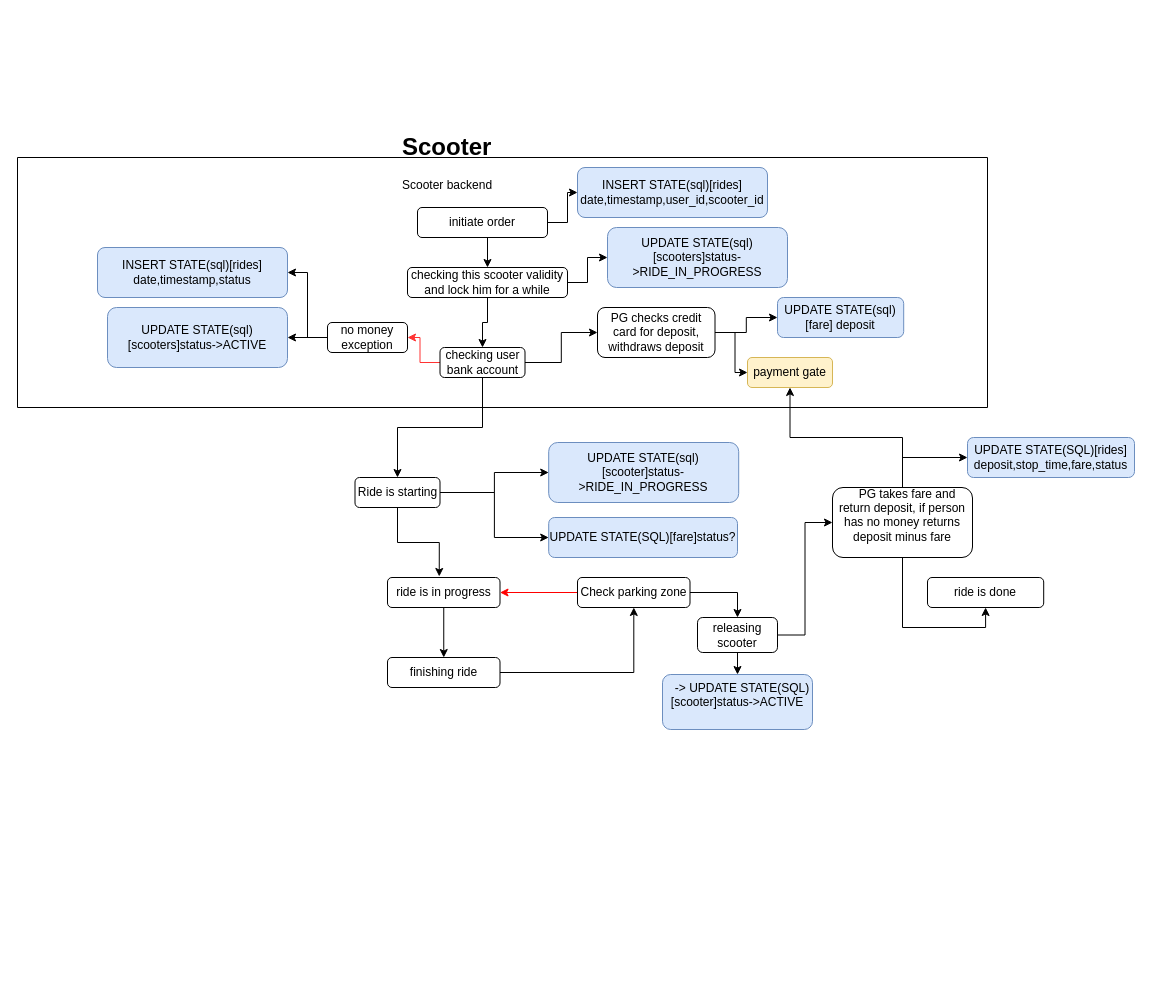
integer00/diagrams keeps this draw.io diagram as e-scooter[flows].drawio. Above is the earlier version. Source tidied: cells renumbered, new cells numbered last; positions are measured from the earlier drawing's top-left corner, leaving out a move shared by most shapes. Both pictures are drawn from the tidied source at 100%, with x=0, y=0 at pixel (17, 127).
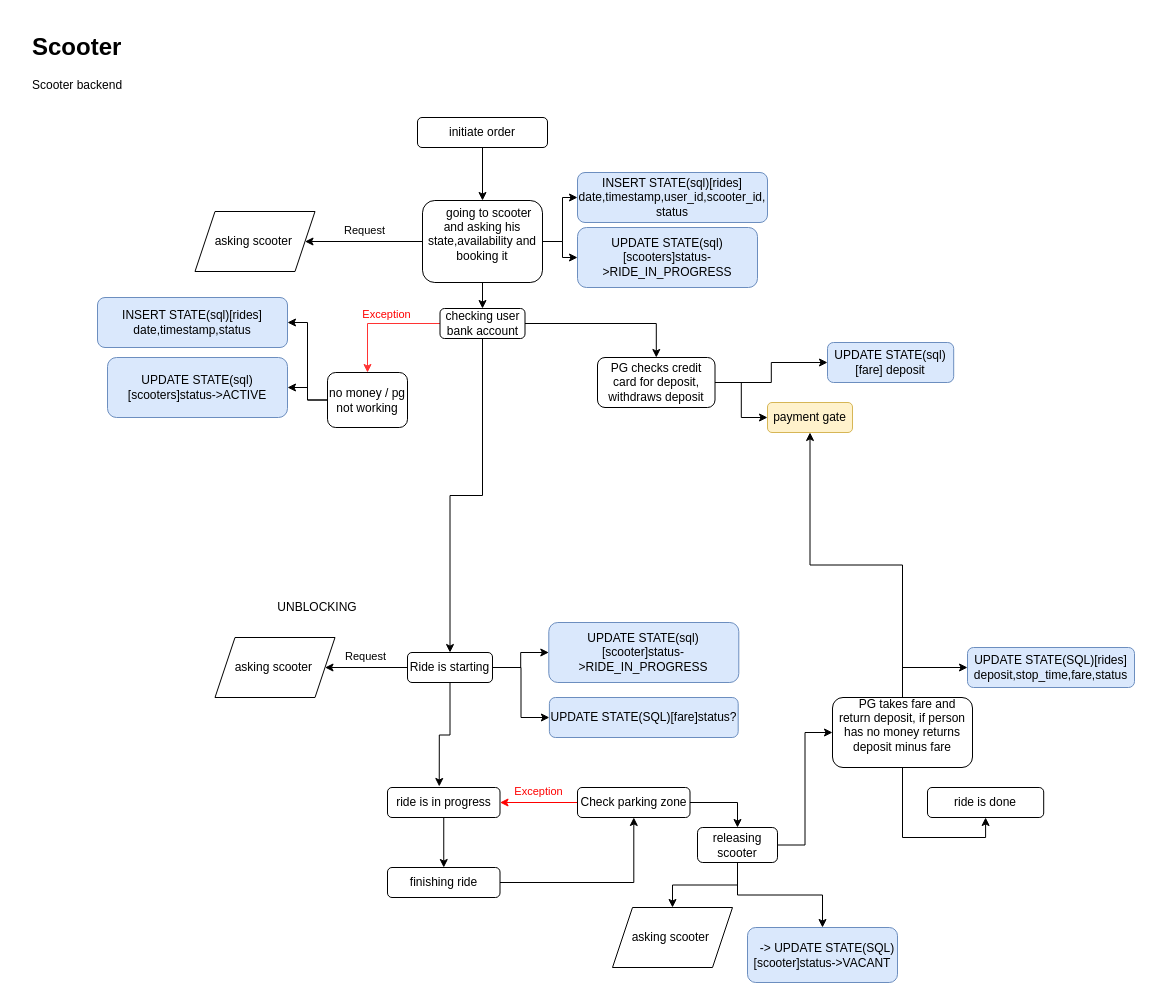
After the change.

The change refers to these unchanged cells:
```xml
<mxCell id="11" style="edgeStyle=orthogonalEdgeStyle;rounded=0;jettySize=auto;html=1;strokeColor=#FF3333;" parent="1" edge="1" source="12" target="45">
  <mxGeometry relative="1" as="geometry" />
</mxCell>
```

What changed in the source:
```diff
@@
     <mxCell id="2" value="&lt;h1&gt;Scooter&lt;/h1&gt;&lt;p&gt;Scooter backend&lt;/p&gt;" style="text;html=1;strokeColor=none;fillColor=none;spacing=5;spacingTop=-20;whiteSpace=wrap;overflow=hidden;rounded=0;" parent="1" vertex="1">
-      <mxGeometry x="380" width="160" height="70" as="geometry" />
+      <mxGeometry x="10" y="-100" width="160" height="70" as="geometry" />
     </mxCell>
-    <mxCell id="3" style="edgeStyle=orthogonalEdgeStyle;rounded=0;jettySize=auto;html=1;exitX=0.5;exitY=1;exitDx=0;exitDy=0;entryX=0.5;entryY=0;entryDx=0;entryDy=0;" parent="1" edge="1" source="5" target="8">
-      <mxGeometry relative="1" as="geometry" />
-    </mxCell>
-    <mxCell id="4" style="edgeStyle=orthogonalEdgeStyle;rounded=0;jettySize=auto;html=1;entryX=0;entryY=0.5;entryDx=0;entryDy=0;" parent="1" edge="1" source="5" target="24">
-      <mxGeometry relative="1" as="geometry" />
-    </mxCell>
+    <mxCell id="49" style="edgeStyle=orthogonalEdgeStyle;rounded=0;jettySize=auto;html=1;" parent="1" edge="1" source="5" target="59">
+      <mxGeometry relative="1" as="geometry" />
+    </mxCell>
     <mxCell id="5" value="initiate order" style="rounded=1;whiteSpace=wrap;html=1;" parent="1" vertex="1">
-      <mxGeometry x="400" y="80" width="130" height="30" as="geometry" />
+      <mxGeometry x="400" y="-10" width="130" height="30" as="geometry" />
     </mxCell>
-    <mxCell id="6" style="edgeStyle=orthogonalEdgeStyle;rounded=0;jettySize=auto;html=1;" parent="1" edge="1" source="8" target="12">
-      <mxGeometry relative="1" as="geometry" />
-    </mxCell>
-    <mxCell id="7" style="edgeStyle=orthogonalEdgeStyle;rounded=0;jettySize=auto;html=1;" parent="1" edge="1" source="8" target="25">
-      <mxGeometry relative="1" as="geometry" />
-    </mxCell>
-    <mxCell id="8" value="checking this scooter validity and lock him for a while" style="rounded=1;whiteSpace=wrap;html=1;" parent="1" vertex="1">
-      <mxGeometry x="390" y="140" width="160" height="30" as="geometry" />
-    </mxCell>
@@
+    <mxCell id="50" value="Exception" style="edgeLabel;html=1;align=center;verticalAlign=middle;fontColor=#FF0000;" parent="11" vertex="1">
+      <mxGeometry x="-0.11" y="2" relative="1" as="geometry">
+        <mxPoint y="-12" as="offset" />
+      </mxGeometry>
+    </mxCell>
     <mxCell id="12" value="checking user bank account" style="rounded=1;whiteSpace=wrap;html=1;" parent="1" vertex="1">
-      <mxGeometry x="422.5" y="220" width="85" height="30" as="geometry" />
+      <mxGeometry x="422.5" y="181" width="85" height="30" as="geometry" />
     </mxCell>
-    <mxCell id="13" value="payment gate" style="rounded=1;whiteSpace=wrap;html=1;fillColor=#fff2cc;strokeColor=#d6b656;" parent="1" vertex="1">
-      <mxGeometry x="730" y="230" width="85" height="30" as="geometry" />
-    </mxCell>
@@
     <mxCell id="15" value="ride is in progress" style="rounded=1;whiteSpace=wrap;html=1;" parent="1" vertex="1">
-      <mxGeometry x="370" y="450" width="112.5" height="30" as="geometry" />
+      <mxGeometry x="370" y="660" width="112.5" height="30" as="geometry" />
     </mxCell>
@@
     <mxCell id="17" value="finishing ride" style="rounded=1;whiteSpace=wrap;html=1;" parent="1" vertex="1">
-      <mxGeometry x="370" y="530" width="112.5" height="30" as="geometry" />
+      <mxGeometry x="370" y="740" width="112.5" height="30" as="geometry" />
     </mxCell>
     <mxCell id="18" value="ride is done" style="rounded=1;whiteSpace=wrap;html=1;" parent="1" vertex="1">
-      <mxGeometry x="910" y="450" width="116.2" height="30" as="geometry" />
+      <mxGeometry x="910" y="660" width="116.2" height="30" as="geometry" />
     </mxCell>
@@
     <mxCell id="22" value="&lt;div&gt;&amp;nbsp; &amp;nbsp;PG takes fare and return deposit, if person has no money returns deposit minus fare&lt;/div&gt;&lt;div&gt;&lt;br&gt;&lt;/div&gt;" style="rounded=1;whiteSpace=wrap;html=1;" parent="1" vertex="1">
-      <mxGeometry x="815" y="360" width="140" height="70" as="geometry" />
+      <mxGeometry x="815" y="570" width="140" height="70" as="geometry" />
     </mxCell>
-    <mxCell id="23" value="UPDATE STATE(sql)[fare] deposit" style="rounded=1;whiteSpace=wrap;html=1;fillColor=#dae8fc;strokeColor=#6c8ebf;" parent="1" vertex="1">
-      <mxGeometry x="760" y="170" width="126.2" height="40" as="geometry" />
-    </mxCell>
-    <mxCell id="24" value="INSERT STATE(sql)[rides] date,timestamp,user_id,scooter_id" style="rounded=1;whiteSpace=wrap;html=1;fillColor=#dae8fc;strokeColor=#6c8ebf;" parent="1" vertex="1">
-      <mxGeometry x="560" y="40" width="190" height="50" as="geometry" />
-    </mxCell>
     <mxCell id="25" value="UPDATE STATE(sql)[scooters]status-&amp;gt;RIDE_IN_PROGRESS&lt;br&gt;" style="rounded=1;whiteSpace=wrap;html=1;fillColor=#dae8fc;strokeColor=#6c8ebf;" parent="1" vertex="1">
-      <mxGeometry x="590" y="100" width="180" height="60" as="geometry" />
+      <mxGeometry x="560" y="100" width="180" height="60" as="geometry" />
     </mxCell>
@@
     <mxCell id="28" value="PG checks credit card for deposit, withdraws deposit" style="rounded=1;whiteSpace=wrap;html=1;" parent="1" vertex="1">
-      <mxGeometry x="580" y="180" width="117.5" height="50" as="geometry" />
+      <mxGeometry x="580" y="230" width="117.5" height="50" as="geometry" />
     </mxCell>
-    <mxCell id="29" style="edgeStyle=orthogonalEdgeStyle;rounded=0;jettySize=auto;html=1;entryX=0;entryY=0.5;entryDx=0;entryDy=0;" parent="1" edge="1" source="32" target="33">
-      <mxGeometry relative="1" as="geometry" />
-    </mxCell>
@@
+    <mxCell id="29" style="edgeStyle=orthogonalEdgeStyle;rounded=0;jettySize=auto;html=1;entryX=0;entryY=0.5;entryDx=0;entryDy=0;" parent="1" edge="1" source="32" target="33">
+      <mxGeometry relative="1" as="geometry" />
+    </mxCell>
+    <mxCell id="51" style="edgeStyle=orthogonalEdgeStyle;rounded=0;jettySize=auto;html=1;" parent="1" edge="1" source="32" target="61">
+      <mxGeometry relative="1" as="geometry" />
+    </mxCell>
+    <mxCell id="52" value="Request" style="edgeLabel;html=1;align=center;verticalAlign=middle;" parent="51" vertex="1">
+      <mxGeometry x="0.04" y="-2" relative="1" as="geometry">
+        <mxPoint y="-10" as="offset" />
+      </mxGeometry>
+    </mxCell>
     <mxCell id="32" value="Ride is starting" style="rounded=1;whiteSpace=wrap;html=1;" parent="1" vertex="1">
-      <mxGeometry x="337.5" y="350" width="85" height="30" as="geometry" />
+      <mxGeometry x="390" y="525" width="85" height="30" as="geometry" />
     </mxCell>
     <mxCell id="33" value="UPDATE STATE(sql)[scooter]status-&gt;RIDE_IN_PROGRESS" style="rounded=1;whiteSpace=wrap;html=1;fillColor=#dae8fc;strokeColor=#6c8ebf;" parent="1" vertex="1">
-      <mxGeometry x="531.2" y="315" width="190" height="60" as="geometry" />
+      <mxGeometry x="531.3" y="495" width="190" height="60" as="geometry" />
     </mxCell>
     <mxCell id="34" value="UPDATE STATE(SQL)[fare]status?" style="rounded=1;whiteSpace=wrap;html=1;fillColor=#dae8fc;strokeColor=#6c8ebf;" parent="1" vertex="1">
-      <mxGeometry x="531.2" y="390" width="188.8" height="40" as="geometry" />
+      <mxGeometry x="531.9" y="570" width="188.8" height="40" as="geometry" />
     </mxCell>
-    <mxCell id="35" value="&lt;div&gt;&lt;div&gt;&amp;nbsp; &amp;nbsp;-&amp;gt; UPDATE STATE(SQL)[scooter]status-&amp;gt;ACTIVE&lt;/div&gt;&lt;/div&gt;&lt;div&gt;&lt;br&gt;&lt;/div&gt;" style="rounded=1;whiteSpace=wrap;html=1;fillColor=#dae8fc;strokeColor=#6c8ebf;" parent="1" vertex="1">
-      <mxGeometry x="645" y="547" width="150" height="55" as="geometry" />
+    <mxCell id="35" value="&lt;div&gt;&lt;div&gt;&amp;nbsp; &amp;nbsp;-&amp;gt; UPDATE STATE(SQL)[scooter]status-&amp;gt;VACANT&lt;/div&gt;&lt;/div&gt;" style="rounded=1;whiteSpace=wrap;html=1;fillColor=#dae8fc;strokeColor=#6c8ebf;" parent="1" vertex="1">
+      <mxGeometry x="730" y="800" width="150" height="55" as="geometry" />
     </mxCell>
-    <mxCell id="36" style="edgeStyle=orthogonalEdgeStyle;rounded=0;jettySize=auto;html=1;entryX=1;entryY=0.5;entryDx=0;entryDy=0;strokeColor=#FF0000;" parent="1" edge="1" source="38" target="15">
+    <mxCell id="36" value="&lt;font color=&quot;#ff0000&quot;&gt;Exception&lt;/font&gt;" style="edgeStyle=orthogonalEdgeStyle;rounded=0;jettySize=auto;html=1;entryX=1;entryY=0.5;entryDx=0;entryDy=0;strokeColor=#FF0000;spacing=0;spacingRight=0;spacingTop=-22;" parent="1" edge="1" source="38" target="15">
       <mxGeometry relative="1" as="geometry" />
     </mxCell>
@@
     <mxCell id="38" value="Check parking zone" style="rounded=1;whiteSpace=wrap;html=1;" parent="1" vertex="1">
-      <mxGeometry x="560" y="450" width="112.5" height="30" as="geometry" />
+      <mxGeometry x="560" y="660" width="112.5" height="30" as="geometry" />
     </mxCell>
@@
+    <mxCell id="53" style="edgeStyle=orthogonalEdgeStyle;rounded=0;jettySize=auto;html=1;" parent="1" edge="1" source="41" target="63">
+      <mxGeometry relative="1" as="geometry" />
+    </mxCell>
-    <mxCell id="40" style="edgeStyle=orthogonalEdgeStyle;rounded=0;jettySize=auto;html=1;entryX=0.5;entryY=0;entryDx=0;entryDy=0;" parent="1" edge="1" source="41" target="35">
+    <mxCell id="40" style="edgeStyle=orthogonalEdgeStyle;rounded=0;jettySize=auto;html=1;" parent="1" edge="1" source="41" target="35">
       <mxGeometry relative="1" as="geometry" />
     </mxCell>
     <mxCell id="41" value="releasing scooter" style="rounded=1;whiteSpace=wrap;html=1;" parent="1" vertex="1">
-      <mxGeometry x="680" y="490" width="80" height="35" as="geometry" />
+      <mxGeometry x="680" y="700" width="80" height="35" as="geometry" />
     </mxCell>
     <mxCell id="42" value="UPDATE STATE(SQL)[rides] deposit,stop_time,fare,status" style="rounded=1;whiteSpace=wrap;html=1;fillColor=#dae8fc;strokeColor=#6c8ebf;" parent="1" vertex="1">
-      <mxGeometry x="950" y="310" width="167" height="40" as="geometry" />
+      <mxGeometry x="950" y="520" width="167" height="40" as="geometry" />
     </mxCell>
@@
-    <mxCell id="45" value="no money exception" style="rounded=1;whiteSpace=wrap;html=1;" parent="1" vertex="1">
-      <mxGeometry x="310" y="195" width="80" height="30" as="geometry" />
+    <mxCell id="45" value="no money / pg not working" style="rounded=1;whiteSpace=wrap;html=1;" parent="1" vertex="1">
+      <mxGeometry x="310" y="245" width="80" height="55" as="geometry" />
     </mxCell>
     <mxCell id="46" value="INSERT STATE(sql)[rides] date,timestamp,status" style="rounded=1;whiteSpace=wrap;html=1;fillColor=#dae8fc;strokeColor=#6c8ebf;" parent="1" vertex="1">
-      <mxGeometry x="80" y="120" width="190" height="50" as="geometry" />
+      <mxGeometry x="80" y="170" width="190" height="50" as="geometry" />
     </mxCell>
     <mxCell id="47" value="UPDATE STATE(sql)[scooters]status-&amp;gt;ACTIVE" style="rounded=1;whiteSpace=wrap;html=1;fillColor=#dae8fc;strokeColor=#6c8ebf;" parent="1" vertex="1">
-      <mxGeometry x="90" y="180" width="180" height="60" as="geometry" />
+      <mxGeometry x="90" y="230" width="180" height="60" as="geometry" />
     </mxCell>
-    <mxCell id="48" style="swimlane;startSize=0;" parent="1" vertex="1">
-      <mxGeometry y="30" width="970" height="250" as="geometry" />
-    </mxCell>
+    <mxCell id="24" value="INSERT STATE(sql)[rides] date,timestamp,user_id,scooter_id, status" style="rounded=1;whiteSpace=wrap;html=1;fillColor=#dae8fc;strokeColor=#6c8ebf;" parent="1" vertex="1">
+      <mxGeometry x="560" y="45" width="190" height="50" as="geometry" />
+    </mxCell>
+    <mxCell id="13" value="payment gate" style="rounded=1;whiteSpace=wrap;html=1;fillColor=#fff2cc;strokeColor=#d6b656;" parent="1" vertex="1">
+      <mxGeometry x="750" y="275" width="85" height="30" as="geometry" />
+    </mxCell>
+    <mxCell id="23" value="UPDATE STATE(sql)[fare] deposit" style="rounded=1;whiteSpace=wrap;html=1;fillColor=#dae8fc;strokeColor=#6c8ebf;" parent="1" vertex="1">
+      <mxGeometry x="810" y="215" width="126.2" height="40" as="geometry" />
+    </mxCell>
+    <mxCell id="54" style="edgeStyle=orthogonalEdgeStyle;rounded=0;jettySize=auto;html=1;" parent="1" edge="1" source="59" target="24">
+      <mxGeometry relative="1" as="geometry" />
+    </mxCell>
+    <mxCell id="55" style="edgeStyle=orthogonalEdgeStyle;rounded=0;jettySize=auto;html=1;" parent="1" edge="1" source="59" target="60">
+      <mxGeometry relative="1" as="geometry" />
+    </mxCell>
+    <mxCell id="56" value="Request" style="edgeLabel;html=1;align=center;verticalAlign=middle;" parent="55" vertex="1">
+      <mxGeometry relative="1" as="geometry">
+        <mxPoint y="-12" as="offset" />
+      </mxGeometry>
+    </mxCell>
+    <mxCell id="57" style="edgeStyle=orthogonalEdgeStyle;rounded=0;jettySize=auto;html=1;entryX=0;entryY=0.5;entryDx=0;entryDy=0;" parent="1" edge="1" source="59" target="25">
+      <mxGeometry relative="1" as="geometry" />
+    </mxCell>
+    <mxCell id="58" style="edgeStyle=orthogonalEdgeStyle;rounded=0;jettySize=auto;html=1;" parent="1" edge="1" source="59" target="12">
+      <mxGeometry relative="1" as="geometry" />
+    </mxCell>
+    <mxCell id="59" value="&lt;div&gt;&amp;nbsp; &amp;nbsp; going to scooter and asking his state,availability and booking it&lt;/div&gt;&lt;div&gt;&lt;br&gt;&lt;/div&gt;" style="rounded=1;whiteSpace=wrap;html=1;" parent="1" vertex="1">
+      <mxGeometry x="405" y="73" width="120" height="82" as="geometry" />
+    </mxCell>
+    <mxCell id="60" value="asking scooter&amp;nbsp;" style="shape=parallelogram;perimeter=parallelogramPerimeter;whiteSpace=wrap;html=1;fixedSize=1;" parent="1" vertex="1">
+      <mxGeometry x="177.5" y="84" width="120" height="60" as="geometry" />
+    </mxCell>
+    <mxCell id="61" value="asking scooter&amp;nbsp;" style="shape=parallelogram;perimeter=parallelogramPerimeter;whiteSpace=wrap;html=1;fixedSize=1;" parent="1" vertex="1">
+      <mxGeometry x="197.5" y="510" width="120" height="60" as="geometry" />
+    </mxCell>
+    <mxCell id="62" value="UNBLOCKING" style="text;html=1;strokeColor=none;fillColor=none;align=center;verticalAlign=middle;whiteSpace=wrap;rounded=0;" parent="1" vertex="1">
+      <mxGeometry x="270" y="465" width="60" height="30" as="geometry" />
+    </mxCell>
+    <mxCell id="63" value="asking scooter&amp;nbsp;" style="shape=parallelogram;perimeter=parallelogramPerimeter;whiteSpace=wrap;html=1;fixedSize=1;" parent="1" vertex="1">
+      <mxGeometry x="595" y="780" width="120" height="60" as="geometry" />
+    </mxCell>
```
